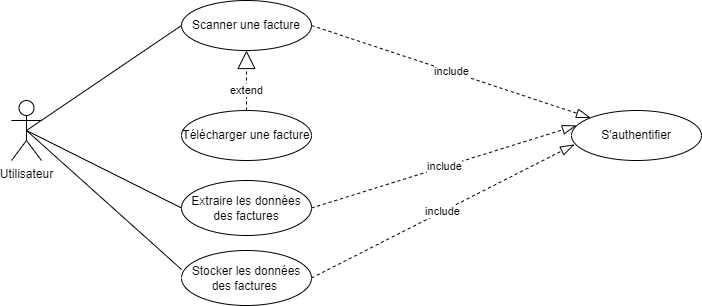
This is Conception/Sprint 3/usecase sprint 3.drawio.png from weda-mossab/PFE, a draw.io export, as it was before one commit. Source tidied: cells renumbered, new cells last; positions are measured from the earlier drawing's top-left corner, leaving out a move shared by most shapes. Source of this version:
```xml
<mxGraphModel>
  <root>
    <mxCell id="0" />
    <mxCell id="1" parent="0" />
    <mxCell id="2" value="Utilisateur" style="shape=umlActor;verticalLabelPosition=bottom;verticalAlign=top;html=1;outlineConnect=0;" parent="1" vertex="1">
      <mxGeometry y="100" width="30" height="60" as="geometry" />
    </mxCell>
    <mxCell id="3" value="Scanner une facture" style="ellipse;whiteSpace=wrap;html=1;" parent="1" vertex="1">
      <mxGeometry x="170" width="130" height="50" as="geometry" />
    </mxCell>
    <mxCell id="4" value="Extraire les données des factures" style="ellipse;whiteSpace=wrap;html=1;" parent="1" vertex="1">
      <mxGeometry x="170" y="180" width="130" height="55" as="geometry" />
    </mxCell>
    <mxCell id="5" value="Stocker les données des factures&amp;nbsp;" style="ellipse;whiteSpace=wrap;html=1;" parent="1" vertex="1">
      <mxGeometry x="170" y="250" width="130" height="55" as="geometry" />
    </mxCell>
    <mxCell id="6" style="endArrow=none;html=1;rounded=0;exitX=0.5;exitY=0.5;exitDx=0;exitDy=0;exitPerimeter=0;entryX=0;entryY=0.5;entryDx=0;entryDy=0;" parent="1" edge="1" source="2" target="3">
      <mxGeometry relative="1" as="geometry" />
    </mxCell>
    <mxCell id="7" style="endArrow=none;html=1;rounded=0;entryX=0;entryY=0.5;entryDx=0;entryDy=0;exitX=0.5;exitY=0.5;exitDx=0;exitDy=0;exitPerimeter=0;" parent="1" edge="1" source="2" target="4">
      <mxGeometry relative="1" as="geometry" />
    </mxCell>
    <mxCell id="8" style="endArrow=none;html=1;rounded=0;entryX=0;entryY=0.345;entryDx=0;entryDy=0;exitX=0.5;exitY=0.5;exitDx=0;exitDy=0;exitPerimeter=0;entryPerimeter=0;" parent="1" edge="1" source="2" target="5">
      <mxGeometry relative="1" as="geometry" />
    </mxCell>
    <mxCell id="9" value="S'authentifier" style="ellipse;whiteSpace=wrap;html=1;" parent="1" vertex="1">
      <mxGeometry x="560" y="110" width="130" height="50" as="geometry" />
    </mxCell>
    <mxCell id="10" value="include" style="endArrow=blockThin;endSize=12;dashed=1;html=1;rounded=0;endFill=0;entryX=0;entryY=0;entryDx=0;entryDy=0;exitX=1;exitY=0.5;exitDx=0;exitDy=0;" parent="1" edge="1" source="3" target="9">
      <mxGeometry relative="1" as="geometry" />
    </mxCell>
    <mxCell id="11" value="include" style="endArrow=blockThin;endSize=12;dashed=1;html=1;rounded=0;endFill=0;exitX=1;exitY=0.5;exitDx=0;exitDy=0;entryX=0.038;entryY=0.3;entryDx=0;entryDy=0;entryPerimeter=0;" parent="1" edge="1" source="4" target="9">
      <mxGeometry relative="1" as="geometry" />
    </mxCell>
    <mxCell id="12" value="include" style="endArrow=blockThin;endSize=12;dashed=1;html=1;rounded=0;endFill=0;exitX=1;exitY=0.5;exitDx=0;exitDy=0;entryX=0.023;entryY=0.68;entryDx=0;entryDy=0;entryPerimeter=0;" parent="1" edge="1" source="5" target="9">
      <mxGeometry relative="1" as="geometry" />
    </mxCell>
    <mxCell id="13" value="Télécharger une facture" style="ellipse;whiteSpace=wrap;html=1;" parent="1" vertex="1">
      <mxGeometry x="170" y="110" width="130" height="50" as="geometry" />
    </mxCell>
    <mxCell id="14" value="extend" style="endArrow=block;endSize=16;endFill=0;html=1;rounded=0;entryX=0.5;entryY=1;entryDx=0;entryDy=0;dashed=1;" parent="1" edge="1">
      <mxGeometry x="-0.33" relative="1" as="geometry">
        <mxPoint x="235" y="110" as="sourcePoint" />
        <mxPoint x="235" y="50" as="targetPoint" />
      </mxGeometry>
    </mxCell>
    <mxCell id="15" style="edgeStyle=orthogonalEdgeStyle;rounded=0;orthogonalLoop=1;jettySize=auto;html=1;exitX=0.5;exitY=1;exitDx=0;exitDy=0;" parent="1" edge="1" source="4" target="4">
      <mxGeometry relative="1" as="geometry" />
    </mxCell>
  </root>
</mxGraphModel>
```
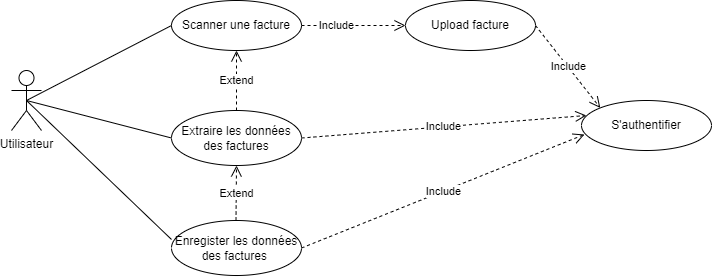
Later version of the same file.

Change to the diagram source:
```diff
@@ -6,13 +6,13 @@
       <mxGeometry y="100" width="30" height="60" as="geometry" />
     </mxCell>
     <mxCell id="3" value="Scanner une facture" style="ellipse;whiteSpace=wrap;html=1;" parent="1" vertex="1">
-      <mxGeometry x="170" width="130" height="50" as="geometry" />
+      <mxGeometry x="160" y="30" width="130" height="50" as="geometry" />
     </mxCell>
     <mxCell id="4" value="Extraire les données des factures" style="ellipse;whiteSpace=wrap;html=1;" parent="1" vertex="1">
-      <mxGeometry x="170" y="180" width="130" height="55" as="geometry" />
+      <mxGeometry x="160" y="140" width="130" height="55" as="geometry" />
     </mxCell>
-    <mxCell id="5" value="Stocker les données des factures&amp;nbsp;" style="ellipse;whiteSpace=wrap;html=1;" parent="1" vertex="1">
-      <mxGeometry x="170" y="250" width="130" height="55" as="geometry" />
+    <mxCell id="5" value="Enregister les données des factures&amp;nbsp;" style="ellipse;whiteSpace=wrap;html=1;" parent="1" vertex="1">
+      <mxGeometry x="160" y="250" width="130" height="55" as="geometry" />
     </mxCell>
     <mxCell id="6" style="endArrow=none;html=1;rounded=0;exitX=0.5;exitY=0.5;exitDx=0;exitDy=0;exitPerimeter=0;entryX=0;entryY=0.5;entryDx=0;entryDy=0;" parent="1" edge="1" source="2" target="3">
       <mxGeometry relative="1" as="geometry" />
@@ -24,28 +24,33 @@
       <mxGeometry relative="1" as="geometry" />
     </mxCell>
     <mxCell id="9" value="S'authentifier" style="ellipse;whiteSpace=wrap;html=1;" parent="1" vertex="1">
-      <mxGeometry x="560" y="110" width="130" height="50" as="geometry" />
+      <mxGeometry x="570" y="130" width="130" height="50" as="geometry" />
     </mxCell>
-    <mxCell id="10" value="include" style="endArrow=blockThin;endSize=12;dashed=1;html=1;rounded=0;endFill=0;entryX=0;entryY=0;entryDx=0;entryDy=0;exitX=1;exitY=0.5;exitDx=0;exitDy=0;" parent="1" edge="1" source="3" target="9">
+    <mxCell id="10" value="Include" style="endArrow=open;endSize=9;dashed=1;html=1;rounded=0;endFill=0;entryX=0;entryY=0;entryDx=0;entryDy=0;exitX=1;exitY=0.5;exitDx=0;exitDy=0;startSize=1;" parent="1" edge="1" source="13" target="9">
       <mxGeometry relative="1" as="geometry" />
     </mxCell>
-    <mxCell id="11" value="include" style="endArrow=blockThin;endSize=12;dashed=1;html=1;rounded=0;endFill=0;exitX=1;exitY=0.5;exitDx=0;exitDy=0;entryX=0.038;entryY=0.3;entryDx=0;entryDy=0;entryPerimeter=0;" parent="1" edge="1" source="4" target="9">
+    <mxCell id="11" value="Include" style="endArrow=open;endSize=9;dashed=1;html=1;rounded=0;endFill=0;exitX=1;exitY=0.5;exitDx=0;exitDy=0;entryX=0.038;entryY=0.3;entryDx=0;entryDy=0;entryPerimeter=0;startSize=1;" parent="1" edge="1" source="4" target="9">
       <mxGeometry relative="1" as="geometry" />
     </mxCell>
-    <mxCell id="12" value="include" style="endArrow=blockThin;endSize=12;dashed=1;html=1;rounded=0;endFill=0;exitX=1;exitY=0.5;exitDx=0;exitDy=0;entryX=0.023;entryY=0.68;entryDx=0;entryDy=0;entryPerimeter=0;" parent="1" edge="1" source="5" target="9">
+    <mxCell id="12" value="Include" style="endArrow=open;endSize=9;dashed=1;html=1;rounded=0;endFill=0;exitX=1;exitY=0.5;exitDx=0;exitDy=0;entryX=0.023;entryY=0.68;entryDx=0;entryDy=0;entryPerimeter=0;startSize=1;" parent="1" edge="1" source="5" target="9">
       <mxGeometry relative="1" as="geometry" />
     </mxCell>
-    <mxCell id="13" value="Télécharger une facture" style="ellipse;whiteSpace=wrap;html=1;" parent="1" vertex="1">
-      <mxGeometry x="170" y="110" width="130" height="50" as="geometry" />
+    <mxCell id="13" value="Upload facture" style="ellipse;whiteSpace=wrap;html=1;" parent="1" vertex="1">
+      <mxGeometry x="394" y="30" width="130" height="50" as="geometry" />
     </mxCell>
-    <mxCell id="14" value="extend" style="endArrow=block;endSize=16;endFill=0;html=1;rounded=0;entryX=0.5;entryY=1;entryDx=0;entryDy=0;dashed=1;" parent="1" edge="1">
-      <mxGeometry x="-0.33" relative="1" as="geometry">
-        <mxPoint x="235" y="110" as="sourcePoint" />
-        <mxPoint x="235" y="50" as="targetPoint" />
-      </mxGeometry>
+    <mxCell id="14" value="Include" style="endArrow=open;endSize=9;endFill=0;html=1;rounded=0;entryX=0;entryY=0.5;entryDx=0;entryDy=0;dashed=1;startSize=1;exitX=1;exitY=0.5;exitDx=0;exitDy=0;" parent="1" edge="1" source="3" target="13">
+      <mxGeometry x="-0.33" relative="1" as="geometry" />
     </mxCell>
     <mxCell id="15" style="edgeStyle=orthogonalEdgeStyle;rounded=0;orthogonalLoop=1;jettySize=auto;html=1;exitX=0.5;exitY=1;exitDx=0;exitDy=0;" parent="1" edge="1" source="4" target="4">
       <mxGeometry relative="1" as="geometry" />
     </mxCell>
+    <mxCell id="16" value="Extend" style="endArrow=open;endSize=9;dashed=1;html=1;rounded=0;endFill=0;entryX=0.5;entryY=1;entryDx=0;entryDy=0;startSize=1;" parent="1" edge="1" source="4" target="3">
+      <mxGeometry relative="1" as="geometry" />
+    </mxCell>
+    <mxCell id="17" value="Extend" style="endArrow=open;endSize=9;dashed=1;html=1;rounded=0;endFill=0;startSize=1;entryX=0.5;entryY=1;entryDx=0;entryDy=0;" parent="1" edge="1" target="4">
+      <mxGeometry relative="1" as="geometry">
+        <mxPoint x="224.5" y="250" as="sourcePoint" />
+      </mxGeometry>
+    </mxCell>
   </root>
 </mxGraphModel>
```
